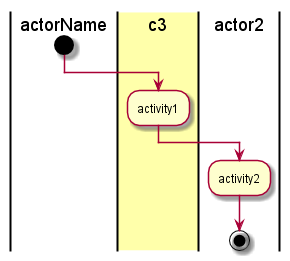
Before: docs/UseCases/Manage-Application-Stack/Activities.png, a diagram exported from PlantUML (CAADE/C3).
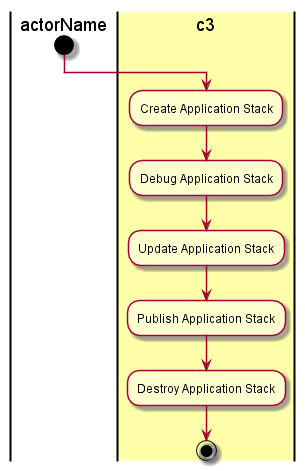
After the change.

Change to the diagram source:
```diff
@@ -2,8 +2,10 @@
 |actorName|
 start
 |#ffffaa|c3|
-:activity1;
-|actor2|
-:activity2;
+:Create Application Stack;
+:Debug Application Stack;
+:Update Application Stack;
+:Publish Application Stack;
+:Destroy Application Stack;
 stop
 @enduml
```
